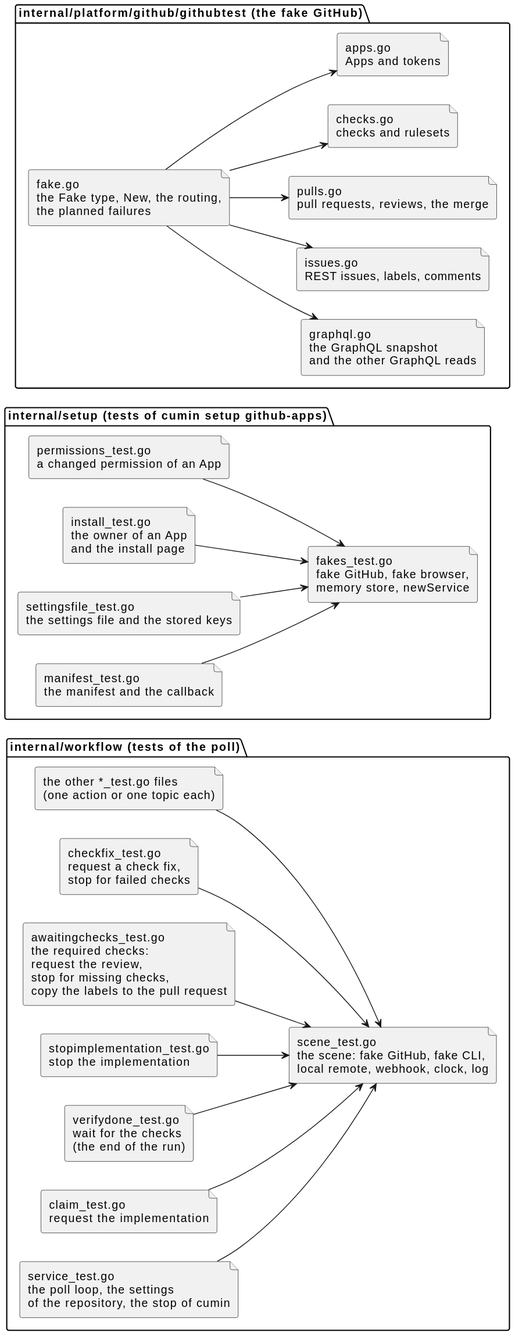
The PlantUML diagram docs/ja/designs/code-layout-files.svg in cloveclovedev/cumin-works, before a commit. Its diagram source:
```plantuml
@startuml
skinparam shadowing false
skinparam defaultFontName sans-serif
left to right direction

package "internal/workflow (tests of the poll)" {
  file "scene_test.go\nthe scene: fake GitHub, fake CLI,\nlocal remote, webhook, clock, log" as scene
  file "service_test.go\nthe poll loop, the settings\nof the repository, the stop of cumin" as loop
  file "claim_test.go\nrequest the implementation" as claim
  file "verifydone_test.go\nwait for the checks\n(the end of the run)" as verify
  file "stopimplementation_test.go\nstop the implementation" as stopimpl
  file "awaitingchecks_test.go\nthe required checks:\nrequest the review,\nstop for missing checks,\ncopy the labels to the pull request" as awaiting
  file "checkfix_test.go\nrequest a check fix,\nstop for failed checks" as checkfix
  file "the other *_test.go files\n(one action or one topic each)" as others
}

loop --> scene
claim --> scene
verify --> scene
stopimpl --> scene
awaiting --> scene
checkfix --> scene
others --> scene

package "internal/setup (tests of cumin setup github-apps)" {
  file "fakes_test.go\nfake GitHub, fake browser,\nmemory store, newService" as fakes
  file "manifest_test.go\nthe manifest and the callback" as manifest
  file "settingsfile_test.go\nthe settings file and the stored keys" as settingsfile
  file "install_test.go\nthe owner of an App\nand the install page" as install
  file "permissions_test.go\na changed permission of an App" as permissions
}

manifest --> fakes
settingsfile --> fakes
install --> fakes
permissions --> fakes

package "internal/platform/github/githubtest (the fake GitHub)" {
  file "fake.go\nthe Fake type, New, the routing,\nthe planned failures" as fake
  file "graphql.go\nthe GraphQL snapshot\nand the other GraphQL reads" as fakegraphql
  file "issues.go\nREST issues, labels, comments" as fakeissues
  file "pulls.go\npull requests, reviews, the merge" as fakepulls
  file "checks.go\nchecks and rulesets" as fakechecks
  file "apps.go\nApps and tokens" as fakeapps
}

fake --> fakegraphql
fake --> fakeissues
fake --> fakepulls
fake --> fakechecks
fake --> fakeapps
@enduml
```
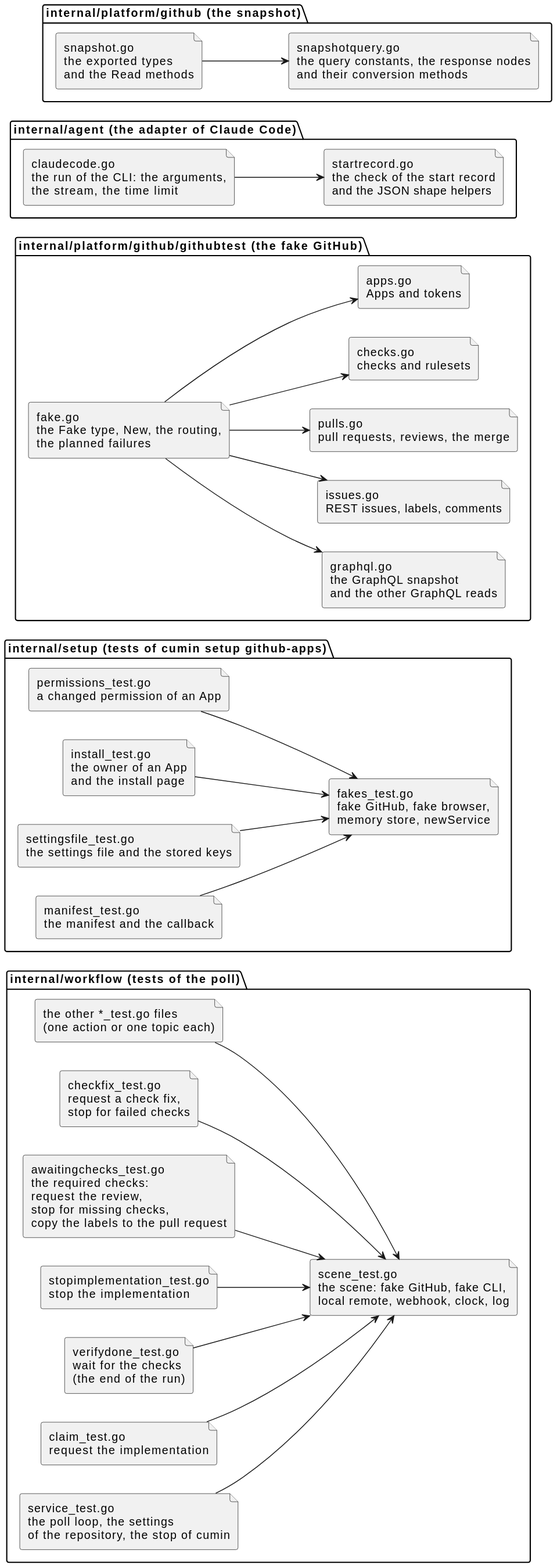
Later version of the same file.

Change to the diagram source:
```diff
@@ -49,4 +49,18 @@
 fake --> fakepulls
 fake --> fakechecks
 fake --> fakeapps
+
+package "internal/agent (the adapter of Claude Code)" {
+  file "claudecode.go\nthe run of the CLI: the arguments,\nthe stream, the time limit" as claudecode
+  file "startrecord.go\nthe check of the start record\nand the JSON shape helpers" as startrecord
+}
+
+claudecode --> startrecord
+
+package "internal/platform/github (the snapshot)" {
+  file "snapshot.go\nthe exported types\nand the Read methods" as snapshot
+  file "snapshotquery.go\nthe query constants, the response nodes\nand their conversion methods" as snapshotquery
+}
+
+snapshot --> snapshotquery
 @enduml
```
